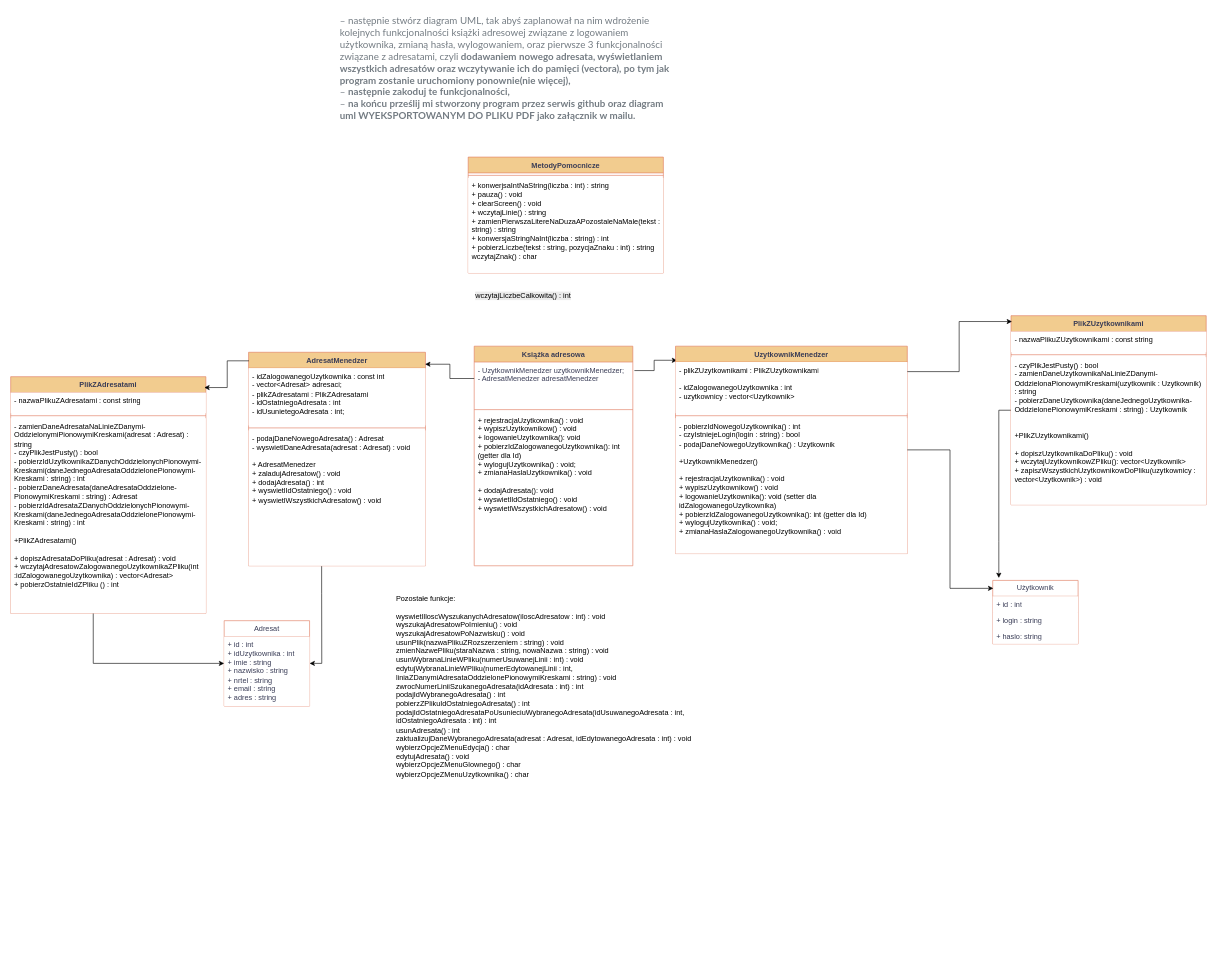
Earlier version of the draw.io diagram Ksiazka adresowa.drawio (endyyKD/KsiazkaAdresowa_OOP). Source tidied: cells renumbered, new cells numbered last; positions are measured from the earlier drawing's top-left corner, leaving out a move shared by most shapes. Both pictures are drawn from the tidied source at 61%, with x=0, y=0 at pixel (10, 10).
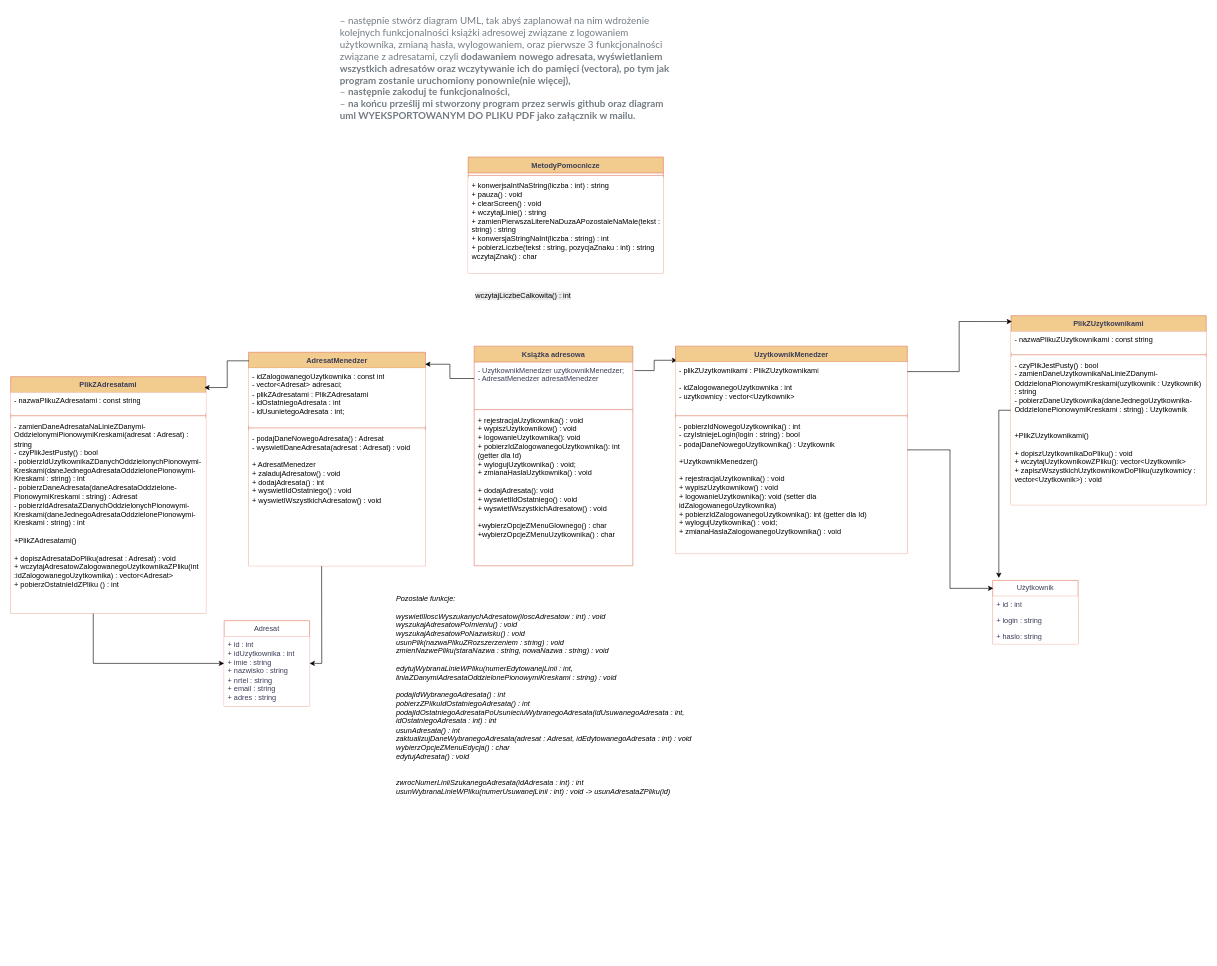
After the change.

Unchanged cells that the change refers to:
```xml
<mxCell id="3" value="Książka adresowa" style="swimlane;fontStyle=1;align=center;verticalAlign=top;horizontal=1;startSize=26;whiteSpace=wrap;html=1;labelBackgroundColor=none;fillColor=#F2CC8F;strokeColor=#E07A5F;fontColor=#393C56;swimlaneFillColor=default;swimlaneLine=1;" parent="1" vertex="1">
  <mxGeometry x="759.9" y="550" width="260" height="360" as="geometry" />
</mxCell>
```

Change to the diagram source:
```diff
@@
-    <mxCell id="6" value="&lt;div&gt;&lt;div&gt;&lt;font color=&quot;#000000&quot;&gt;+ rejestracjaUzytkownika() : void&lt;/font&gt;&lt;br style=&quot;color: rgb(57, 60, 86); padding: 0px; margin: 0px;&quot;&gt;&lt;font color=&quot;#000000&quot;&gt;+ wypiszUzytkownikow() : void&lt;/font&gt;&lt;/div&gt;&lt;/div&gt;&lt;div&gt;&lt;font color=&quot;#000000&quot;&gt;+ logowanieUzytkownika(): void&lt;/font&gt;&lt;/div&gt;&lt;div&gt;&lt;font color=&quot;#000000&quot;&gt;&lt;div style=&quot;color: rgb(0, 0, 0);&quot;&gt;&lt;font color=&quot;#000000&quot;&gt;+ pobierzIdZalogowanegoUzytkownika(): int (getter dla Id)&lt;/font&gt;&lt;/div&gt;&lt;div style=&quot;color: rgb(0, 0, 0);&quot;&gt;&lt;font color=&quot;#000000&quot;&gt;+ wylogujUzytkownika() : void;&lt;/font&gt;&lt;/div&gt;&lt;div style=&quot;color: rgb(0, 0, 0);&quot;&gt;&lt;font color=&quot;#000000&quot;&gt;+ zmianaHaslaUzytkownika() : void&lt;/font&gt;&lt;/div&gt;&lt;/font&gt;&lt;/div&gt;&lt;div&gt;&lt;font color=&quot;#000000&quot;&gt;&lt;br&gt;&lt;/font&gt;&lt;/div&gt;&lt;div&gt;&lt;font color=&quot;#000000&quot;&gt;+ dodajAdresata(): void&lt;/font&gt;&lt;/div&gt;&lt;div&gt;&lt;font color=&quot;#000000&quot;&gt;&lt;div&gt;&lt;span style=&quot;background-color: transparent; color: rgb(0, 0, 0);&quot;&gt;+&amp;nbsp;&lt;/span&gt;&lt;span style=&quot;background-color: transparent;&quot;&gt;&lt;font color=&quot;#000000&quot;&gt;wyswietlIdOstatniego() : void&lt;/font&gt;&lt;/span&gt;&lt;/div&gt;&lt;div&gt;&lt;span style=&quot;background-color: transparent; color: rgb(0, 0, 0);&quot;&gt;+ wyswietlWszystkichAdresatow() : void&lt;/span&gt;&lt;/div&gt;&lt;div&gt;&lt;br style=&quot;color: rgb(57, 60, 86);&quot;&gt;&lt;/div&gt;&lt;/font&gt;&lt;/div&gt;&lt;div&gt;&lt;br&gt;&lt;/div&gt;" style="text;align=left;verticalAlign=top;spacingLeft=4;spacingRight=4;overflow=hidden;whiteSpace=wrap;html=1;labelBackgroundColor=none;" parent="3" vertex="1">
+    <mxCell id="6" value="&lt;div&gt;&lt;div&gt;&lt;font color=&quot;#000000&quot;&gt;+ rejestracjaUzytkownika() : void&lt;/font&gt;&lt;br style=&quot;color: rgb(57, 60, 86); padding: 0px; margin: 0px;&quot;&gt;&lt;font color=&quot;#000000&quot;&gt;+ wypiszUzytkownikow() : void&lt;/font&gt;&lt;/div&gt;&lt;/div&gt;&lt;div&gt;&lt;font color=&quot;#000000&quot;&gt;+ logowanieUzytkownika(): void&lt;/font&gt;&lt;/div&gt;&lt;div&gt;&lt;font color=&quot;#000000&quot;&gt;&lt;div style=&quot;color: rgb(0, 0, 0);&quot;&gt;&lt;font color=&quot;#000000&quot;&gt;+ pobierzIdZalogowanegoUzytkownika(): int (getter dla Id)&lt;/font&gt;&lt;/div&gt;&lt;div style=&quot;color: rgb(0, 0, 0);&quot;&gt;&lt;font color=&quot;#000000&quot;&gt;+ wylogujUzytkownika() : void;&lt;/font&gt;&lt;/div&gt;&lt;div style=&quot;color: rgb(0, 0, 0);&quot;&gt;&lt;font color=&quot;#000000&quot;&gt;+ zmianaHaslaUzytkownika() : void&lt;/font&gt;&lt;/div&gt;&lt;/font&gt;&lt;/div&gt;&lt;div&gt;&lt;font color=&quot;#000000&quot;&gt;&lt;br&gt;&lt;/font&gt;&lt;/div&gt;&lt;div&gt;&lt;font color=&quot;#000000&quot;&gt;+ dodajAdresata(): void&lt;/font&gt;&lt;/div&gt;&lt;div&gt;&lt;font color=&quot;#000000&quot;&gt;&lt;div&gt;&lt;span style=&quot;background-color: transparent; color: rgb(0, 0, 0);&quot;&gt;+&amp;nbsp;&lt;/span&gt;&lt;span style=&quot;background-color: transparent;&quot;&gt;&lt;font color=&quot;#000000&quot;&gt;wyswietlIdOstatniego() : void&lt;/font&gt;&lt;/span&gt;&lt;/div&gt;&lt;div&gt;&lt;span style=&quot;background-color: transparent; color: rgb(0, 0, 0);&quot;&gt;+ wyswietlWszystkichAdresatow() : void&lt;/span&gt;&lt;/div&gt;&lt;div&gt;&lt;br style=&quot;color: rgb(57, 60, 86);&quot;&gt;&lt;/div&gt;&lt;/font&gt;&lt;/div&gt;&lt;div&gt;+wybierzOpcjeZMenuGlownego() : char&lt;br style=&quot;padding: 0px; margin: 0px;&quot;&gt;+wybierzOpcjeZMenuUzytkownika() : char&lt;br style=&quot;padding: 0px; margin: 0px; font-style: italic;&quot;&gt;&lt;/div&gt;" style="text;align=left;verticalAlign=top;spacingLeft=4;spacingRight=4;overflow=hidden;whiteSpace=wrap;html=1;labelBackgroundColor=none;" parent="3" vertex="1">
       <mxGeometry y="108" width="260" height="252" as="geometry" />
     </mxCell>
@@
-    <mxCell id="25" value="Pozostałe funkcje:&#10;&#10;wyswietlIloscWyszukanychAdresatow(iloscAdresatow : int) : void&#10;wyszukajAdresatowPoImieniu() : void&#10;wyszukajAdresatowPoNazwisku() : void&#10;usunPlik(nazwaPlikuZRozszerzeniem : string) : void&#10;zmienNazwePliku(staraNazwa : string, nowaNazwa : string) : void&#10;usunWybranaLinieWPliku(numerUsuwanejLinii : int) : void&#10;edytujWybranaLinieWPliku(numerEdytowanejLinii : int, liniaZDanymiAdresataOddzielonePionowymiKreskami : string) : void&#10;zwrocNumerLiniiSzukanegoAdresata(idAdresata : int) : int&#10;podajIdWybranegoAdresata() : int&#10;pobierzZPlikuIdOstatniegoAdresata() : int&#10;podajIdOstatniegoAdresataPoUsunieciuWybranegoAdresata(idUsuwanegoAdresata : int, idOstatniegoAdresata : int) : int&#10;usunAdresata() : int&#10;zaktualizujDaneWybranegoAdresata(adresat : Adresat, idEdytowanegoAdresata : int) : void&#10;wybierzOpcjeZMenuEdycja() : char&#10;edytujAdresata() : void&#10;wybierzOpcjeZMenuGlownego() : char&#10;wybierzOpcjeZMenuUzytkownika() : char" style="text;whiteSpace=wrap;" parent="1" vertex="1">
+    <mxCell id="25" value="Pozostałe funkcje:&#10;&#10;wyswietlIloscWyszukanychAdresatow(iloscAdresatow : int) : void&#10;wyszukajAdresatowPoImieniu() : void&#10;wyszukajAdresatowPoNazwisku() : void&#10;usunPlik(nazwaPlikuZRozszerzeniem : string) : void&#10;zmienNazwePliku(staraNazwa : string, nowaNazwa : string) : void&#10;&#10;edytujWybranaLinieWPliku(numerEdytowanejLinii : int, liniaZDanymiAdresataOddzielonePionowymiKreskami : string) : void&#10;&#10;podajIdWybranegoAdresata() : int&#10;pobierzZPlikuIdOstatniegoAdresata() : int&#10;podajIdOstatniegoAdresataPoUsunieciuWybranegoAdresata(idUsuwanegoAdresata : int, idOstatniegoAdresata : int) : int&#10;usunAdresata() : int&#10;zaktualizujDaneWybranegoAdresata(adresat : Adresat, idEdytowanegoAdresata : int) : void&#10;wybierzOpcjeZMenuEdycja() : char&#10;edytujAdresata() : void&#10;&#10;&#10;zwrocNumerLiniiSzukanegoAdresata(idAdresata : int) : int&#10;usunWybranaLinieWPliku(numerUsuwanejLinii : int) : void -&gt; usunAdresataZPliku(id)" style="text;whiteSpace=wrap;fontStyle=2;strokeColor=none;" parent="1" vertex="1">
       <mxGeometry x="630" y="950" width="560" height="600" as="geometry" />
     </mxCell>
```
